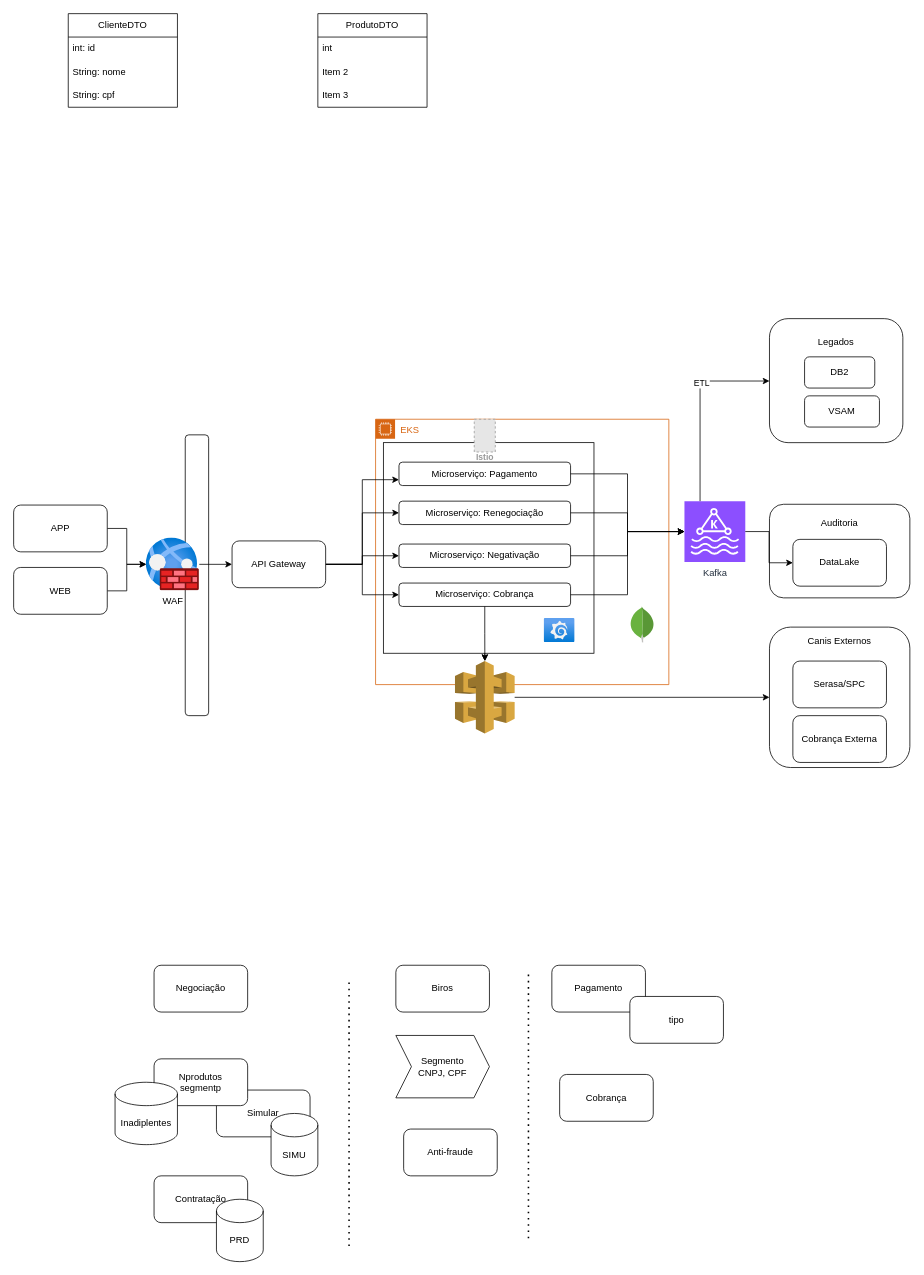
This is itau.drawio from andersoncsprime/entrevista, a draw.io file, before an edit. Source tidied: cells renumbered, new cells numbered last; positions are measured from the earlier drawing's top-left corner, leaving out a move shared by most shapes. Both pictures are drawn from the tidied source at 78%, with x=0, y=0 at pixel (13, 13). Pictures stored in the file or linked from it are replaced by grey dashed boxes.
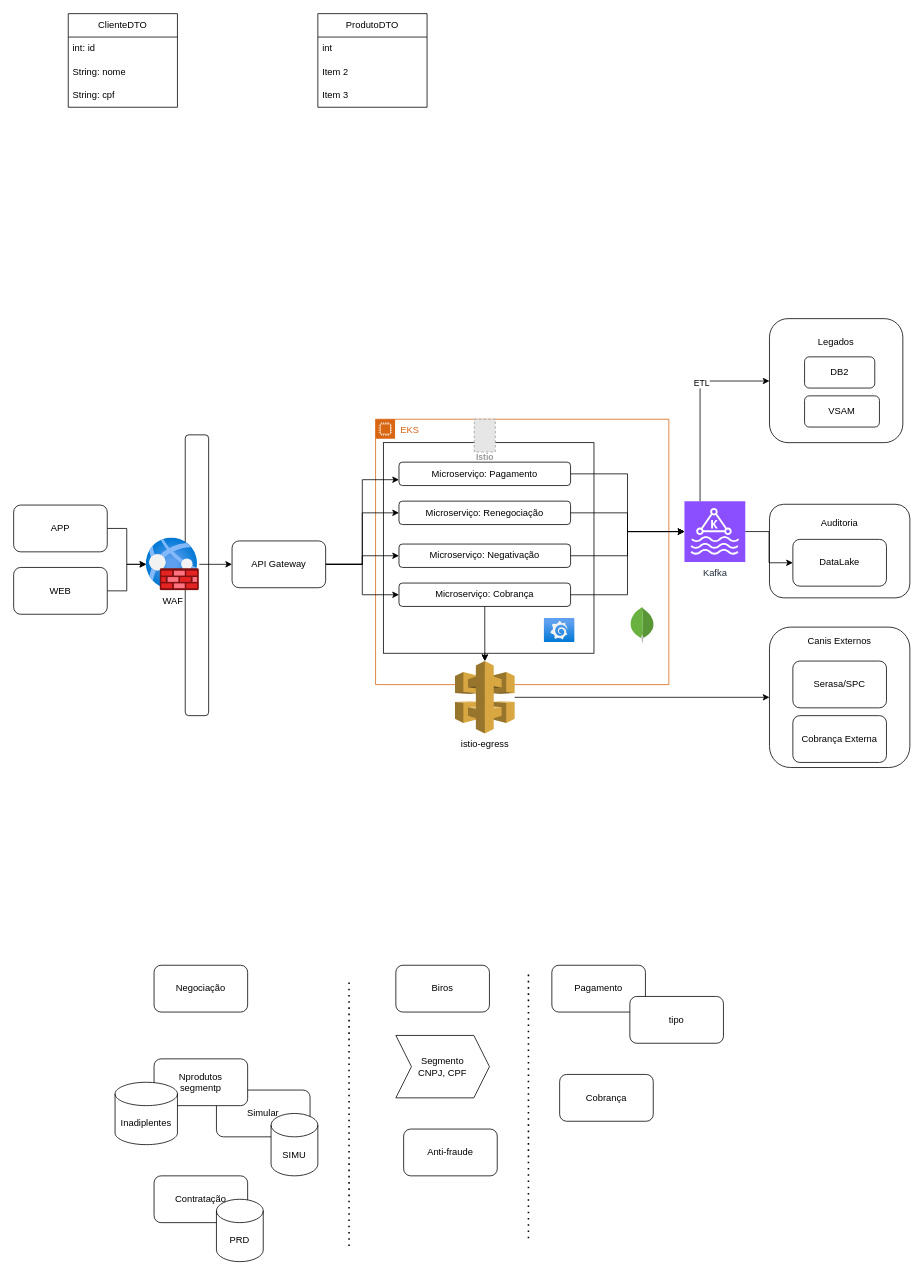
After the change.

Commit message:
Atualização app

Change to the diagram source:
```diff
@@
-    <mxCell id="51" style="outlineConnect=0;dashed=0;verticalLabelPosition=bottom;verticalAlign=top;align=center;html=1;shape=mxgraph.aws3.api_gateway;fillColor=#D9A741;gradientColor=none;" parent="1" vertex="1">
+    <mxCell id="51" value="istio-egress" style="outlineConnect=0;dashed=0;verticalLabelPosition=bottom;verticalAlign=top;align=center;html=1;shape=mxgraph.aws3.api_gateway;fillColor=#D9A741;gradientColor=none;" parent="1" vertex="1">
       <mxGeometry x="565.8" y="830" width="76.5" height="93" as="geometry" />
     </mxCell>
```
